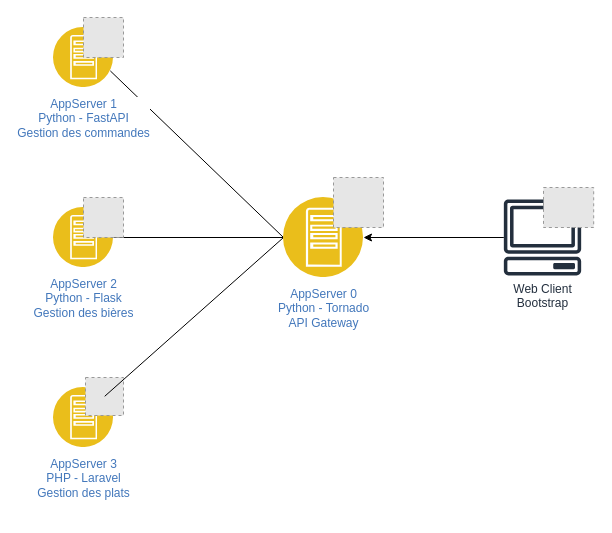
This is architecture belga.drawio from marion2561/RDF_Belga, a draw.io file, before an edit. Source tidied: cells renumbered, new cells numbered last; positions are measured from the earlier drawing's top-left corner, leaving out a move shared by most shapes. Both pictures are drawn from the tidied source at 100%, with x=0, y=0 at pixel (53, 17). Pictures stored in the file or linked from it are replaced by grey dashed boxes.
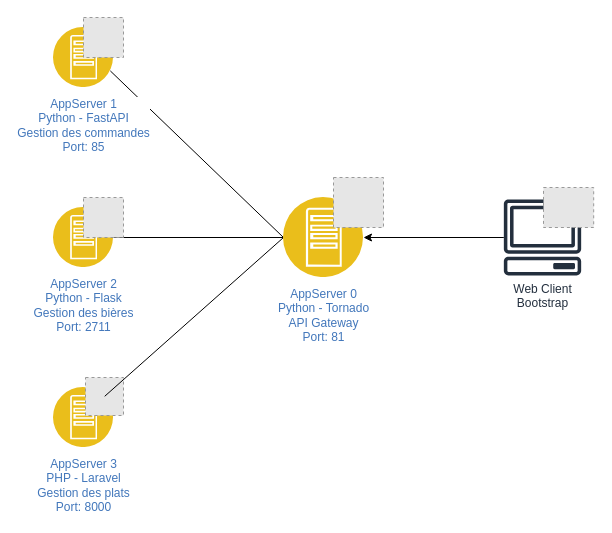
The same page after the edit.

Diff of the diagram source:
```diff
@@
 <mxGraphModel>
   <root>
     <mxCell id="0" />
     <mxCell id="1" parent="0" />
     <mxCell id="2" style="rounded=0;jettySize=auto;html=1;exitX=1;exitY=0.75;exitDx=0;exitDy=0;entryX=0;entryY=0.5;entryDx=0;entryDy=0;endArrow=none;endFill=0;" parent="1" edge="1" source="3" target="11">
       <mxGeometry relative="1" as="geometry" />
     </mxCell>
-    <mxCell id="3" value="AppServer 1&lt;div&gt;Python - FastAPI&lt;/div&gt;&lt;div&gt;Gestion des commandes&lt;/div&gt;" style="image;perimeter=ellipsePerimeter;html=1;align=center;shadow=0;dashed=0;fontColor=#4277BB;labelBackgroundColor=default;fontSize=12;spacingTop=3;image=img/lib/ibm/applications/app_server.svg;" parent="1" vertex="1">
+    <mxCell id="3" value="AppServer 1&lt;div&gt;Python - FastAPI&lt;/div&gt;&lt;div&gt;Gestion des commandes&lt;/div&gt;&lt;div&gt;Port: 85&lt;/div&gt;&lt;div&gt;&lt;br&gt;&lt;/div&gt;" style="image;perimeter=ellipsePerimeter;html=1;align=center;shadow=0;dashed=0;fontColor=#4277BB;labelBackgroundColor=default;fontSize=12;spacingTop=3;image=img/lib/ibm/applications/app_server.svg;" parent="1" vertex="1">
       <mxGeometry y="10" width="60" height="60" as="geometry" />
     </mxCell>
     <mxCell id="4" style="edgeStyle=orthogonalEdgeStyle;rounded=0;jettySize=auto;html=1;endArrow=none;endFill=0;" parent="1" edge="1" source="5" target="11">
       <mxGeometry relative="1" as="geometry" />
     </mxCell>
-    <mxCell id="5" value="AppServer 2&lt;div&gt;Python - Flask&lt;/div&gt;&lt;div&gt;Gestion des bières&lt;/div&gt;" style="image;perimeter=ellipsePerimeter;html=1;align=center;shadow=0;dashed=0;fontColor=#4277BB;labelBackgroundColor=default;fontSize=12;spacingTop=3;image=img/lib/ibm/applications/app_server.svg;" parent="1" vertex="1">
+    <mxCell id="5" value="AppServer 2&lt;div&gt;Python - Flask&lt;/div&gt;&lt;div&gt;Gestion des bières&lt;/div&gt;&lt;div&gt;Port: 2711&lt;/div&gt;" style="image;perimeter=ellipsePerimeter;html=1;align=center;shadow=0;dashed=0;fontColor=#4277BB;labelBackgroundColor=default;fontSize=12;spacingTop=3;image=img/lib/ibm/applications/app_server.svg;" parent="1" vertex="1">
       <mxGeometry y="190" width="60" height="60" as="geometry" />
     </mxCell>
-    <mxCell id="6" value="AppServer 3&lt;div&gt;PHP - Laravel&lt;/div&gt;&lt;div&gt;Gestion des plats&lt;/div&gt;" style="image;perimeter=ellipsePerimeter;html=1;align=center;shadow=0;dashed=0;fontColor=#4277BB;labelBackgroundColor=default;fontSize=12;spacingTop=3;image=img/lib/ibm/applications/app_server.svg;" parent="1" vertex="1">
+    <mxCell id="6" value="AppServer 3&lt;div&gt;PHP - Laravel&lt;/div&gt;&lt;div&gt;Gestion des plats&lt;br&gt;Port: 8000&lt;/div&gt;" style="image;perimeter=ellipsePerimeter;html=1;align=center;shadow=0;dashed=0;fontColor=#4277BB;labelBackgroundColor=default;fontSize=12;spacingTop=3;image=img/lib/ibm/applications/app_server.svg;" parent="1" vertex="1">
       <mxGeometry y="370" width="60" height="60" as="geometry" />
     </mxCell>
     <mxCell id="7" style="fillColor=#E6E6E6;strokeColor=#999999;dashed=1;html=1;verticalAlign=top;verticalLabelPosition=bottom;labelBackgroundColor=#ffffff;" parent="1" vertex="1">
       <mxGeometry x="30" width="40" height="40" as="geometry" />
     </mxCell>
     <mxCell id="8" style="fillColor=#E6E6E6;strokeColor=#999999;dashed=1;html=1;verticalAlign=top;verticalLabelPosition=bottom;labelBackgroundColor=#ffffff;" parent="1" vertex="1">
       <mxGeometry x="30" y="180" width="40" height="40" as="geometry" />
     </mxCell>
     <mxCell id="9" style="fillColor=#E6E6E6;strokeColor=#999999;dashed=1;html=1;verticalAlign=top;verticalLabelPosition=bottom;labelBackgroundColor=#ffffff;" parent="1" vertex="1">
       <mxGeometry x="32" y="360" width="38" height="38" as="geometry" />
     </mxCell>
     <mxCell id="10" style="rounded=0;jettySize=auto;html=1;exitX=0;exitY=0.5;exitDx=0;exitDy=0;endArrow=none;endFill=0;entryX=1;entryY=0;entryDx=0;entryDy=0;" parent="1" edge="1" source="11" target="6">
       <mxGeometry relative="1" as="geometry" />
     </mxCell>
-    <mxCell id="11" value="AppServer 0&lt;div&gt;Python - Tornado&lt;/div&gt;&lt;div&gt;API Gateway&lt;/div&gt;" style="image;perimeter=ellipsePerimeter;html=1;align=center;shadow=0;dashed=0;fontColor=#4277BB;labelBackgroundColor=default;fontSize=12;spacingTop=3;image=img/lib/ibm/applications/app_server.svg;" parent="1" vertex="1">
+    <mxCell id="11" value="AppServer 0&lt;div&gt;Python - Tornado&lt;/div&gt;&lt;div&gt;API Gateway&lt;br&gt;Port: 81&lt;/div&gt;" style="image;perimeter=ellipsePerimeter;html=1;align=center;shadow=0;dashed=0;fontColor=#4277BB;labelBackgroundColor=default;fontSize=12;spacingTop=3;image=img/lib/ibm/applications/app_server.svg;" parent="1" vertex="1">
       <mxGeometry x="230" y="180" width="80" height="80" as="geometry" />
     </mxCell>
     <mxCell id="12" style="fillColor=#E6E6E6;strokeColor=#999999;dashed=1;html=1;verticalAlign=top;verticalLabelPosition=bottom;labelBackgroundColor=#ffffff;" parent="1" vertex="1">
       <mxGeometry x="280" y="160" width="50" height="50" as="geometry" />
     </mxCell>
     <mxCell id="13" style="edgeStyle=orthogonalEdgeStyle;rounded=0;jettySize=auto;html=1;entryX=1;entryY=0.5;entryDx=0;entryDy=0;" parent="1" edge="1" source="14" target="11">
       <mxGeometry relative="1" as="geometry" />
     </mxCell>
     <mxCell id="14" value="Web Client&lt;div&gt;Bootstrap&lt;/div&gt;" style="sketch=0;outlineConnect=0;fontColor=#232F3E;gradientColor=none;fillColor=#232F3D;strokeColor=none;dashed=0;verticalLabelPosition=bottom;verticalAlign=top;align=center;html=1;fontSize=12;fontStyle=0;shape=mxgraph.aws4.client;" parent="1" vertex="1">
       <mxGeometry x="450" y="182" width="78" height="76" as="geometry" />
     </mxCell>
     <mxCell id="15" style="fillColor=#E6E6E6;strokeColor=#999999;dashed=1;verticalLabelPosition=bottom;labelBackgroundColor=default;verticalAlign=top;" parent="1" vertex="1">
       <mxGeometry x="490" y="170" width="50.2" height="40" as="geometry" />
     </mxCell>
     <mxCell id="16" parent="0" />
   </root>
 </mxGraphModel>
```
